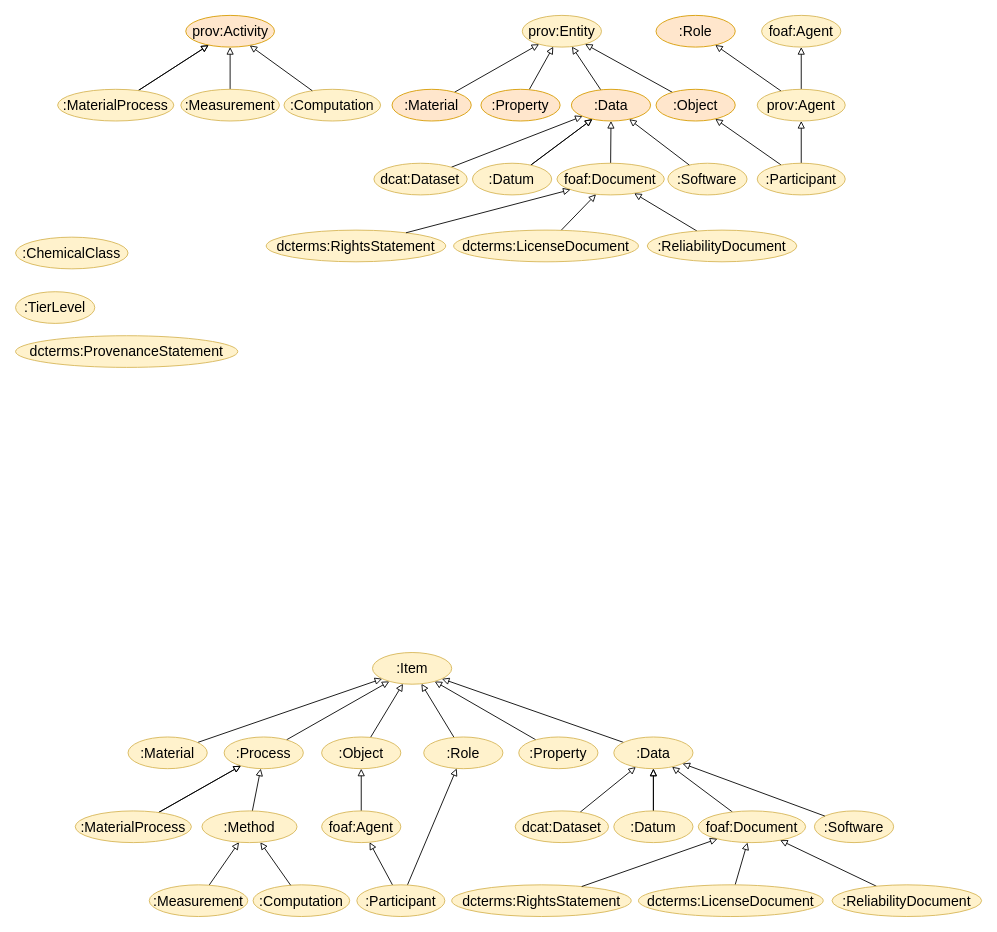
Above: page "taxonomy" (1 of 3) of docs/figs/figures.drawio in PINK-project/PINK-annotation-schema (draw.io), before the change. Source tidied: cells renumbered, new cells numbered last; positions are measured from the earlier drawing's top-left corner, leaving out a move shared by most shapes. Both pictures are drawn from the tidied source at 88%, with x=0, y=0 at pixel (15, 15).
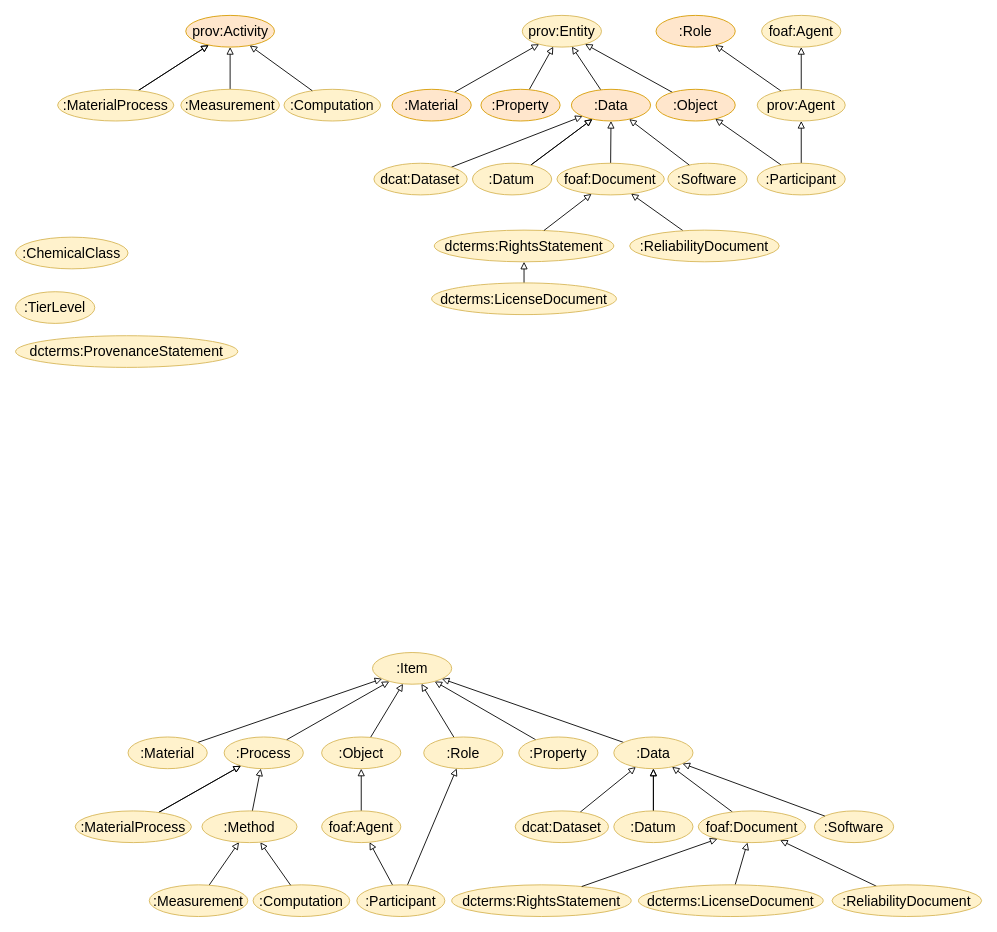
Above is the later version.

Commit message (it also covers changes not shown here):
Updated the pink annotation schema.

The change refers to these unchanged cells:
```xml
<mxCell id="30" value="foaf:Document" style="ellipse;whiteSpace=wrap;html=1;fillColor=#fff2cc;strokeColor=#d6b656;fontSize=16;" parent="1" vertex="1">
  <mxGeometry x="615.4" y="168" width="122" height="36" as="geometry" />
</mxCell>
```

The edit, as a diff of the source:
```diff
@@
     <mxCell id="2" value="dcterms:RightsStatement" style="ellipse;whiteSpace=wrap;html=1;fillColor=#fff2cc;strokeColor=#d6b656;fontSize=16;" parent="1" vertex="1">
-      <mxGeometry x="285" y="244" width="204" height="36" as="geometry" />
+      <mxGeometry x="476" y="244" width="204" height="36" as="geometry" />
     </mxCell>
@@
-    <mxCell id="32" style="edgeStyle=none;shape=connector;rounded=0;jettySize=auto;html=1;strokeColor=default;align=center;verticalAlign=middle;fontFamily=Helvetica;fontSize=16;fontColor=default;labelBackgroundColor=default;endArrow=block;endFill=0;" parent="1" edge="1" source="33" target="30">
+    <mxCell id="32" style="edgeStyle=none;shape=connector;rounded=0;jettySize=auto;html=1;strokeColor=default;align=center;verticalAlign=middle;fontFamily=Helvetica;fontSize=16;fontColor=default;labelBackgroundColor=default;endArrow=block;endFill=0;" parent="1" edge="1" source="33" target="2">
       <mxGeometry relative="1" as="geometry" />
     </mxCell>
     <mxCell id="33" value="dcterms:LicenseDocument" style="ellipse;whiteSpace=wrap;html=1;fillColor=#fff2cc;strokeColor=#d6b656;fontSize=16;" parent="1" vertex="1">
-      <mxGeometry x="498" y="244" width="210" height="36" as="geometry" />
+      <mxGeometry x="473" y="304" width="210" height="36" as="geometry" />
     </mxCell>
@@
     <mxCell id="36" value=":ReliabilityDocument" style="ellipse;whiteSpace=wrap;html=1;fillColor=#fff2cc;strokeColor=#d6b656;fontSize=16;" parent="1" vertex="1">
-      <mxGeometry x="718" y="244" width="170" height="36" as="geometry" />
+      <mxGeometry x="698" y="244" width="170" height="36" as="geometry" />
     </mxCell>
```
